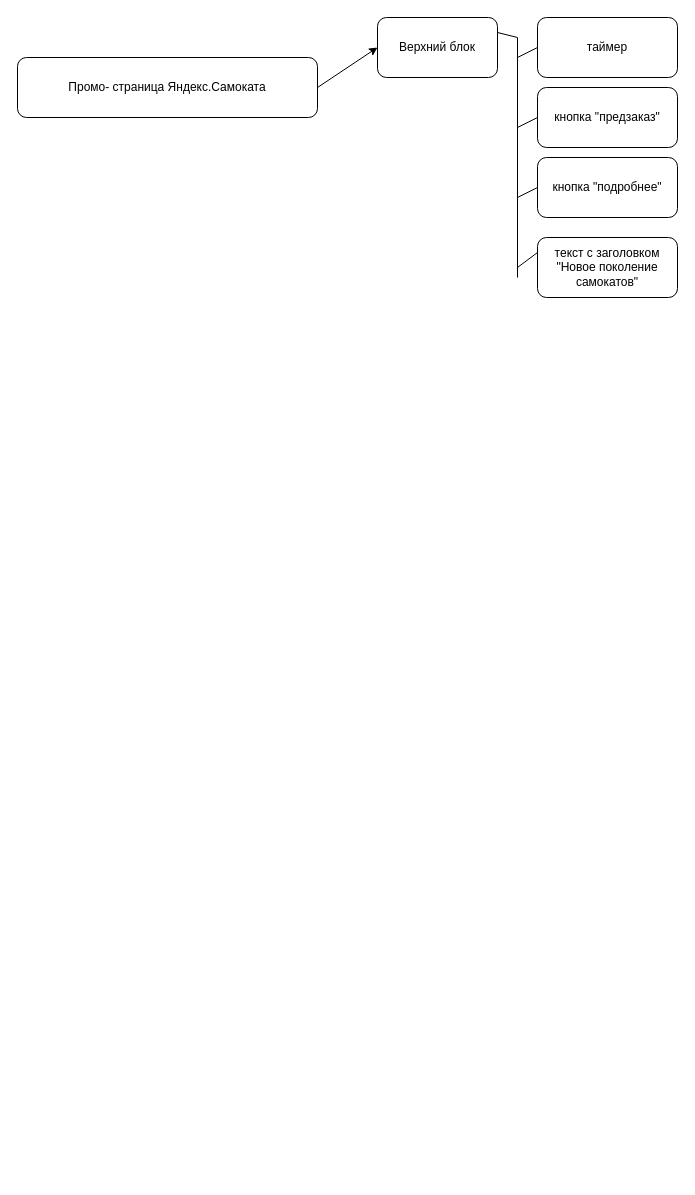
This is Диаграмма без названия.drawio from RuslanNiyazov/1, a draw.io file, before an edit. Source tidied: cells renumbered, new cells numbered last; positions are measured from the earlier drawing's top-left corner, leaving out a move shared by most shapes. Both pictures are drawn from the tidied source at 100%, with x=0, y=0 at pixel (17, 17).
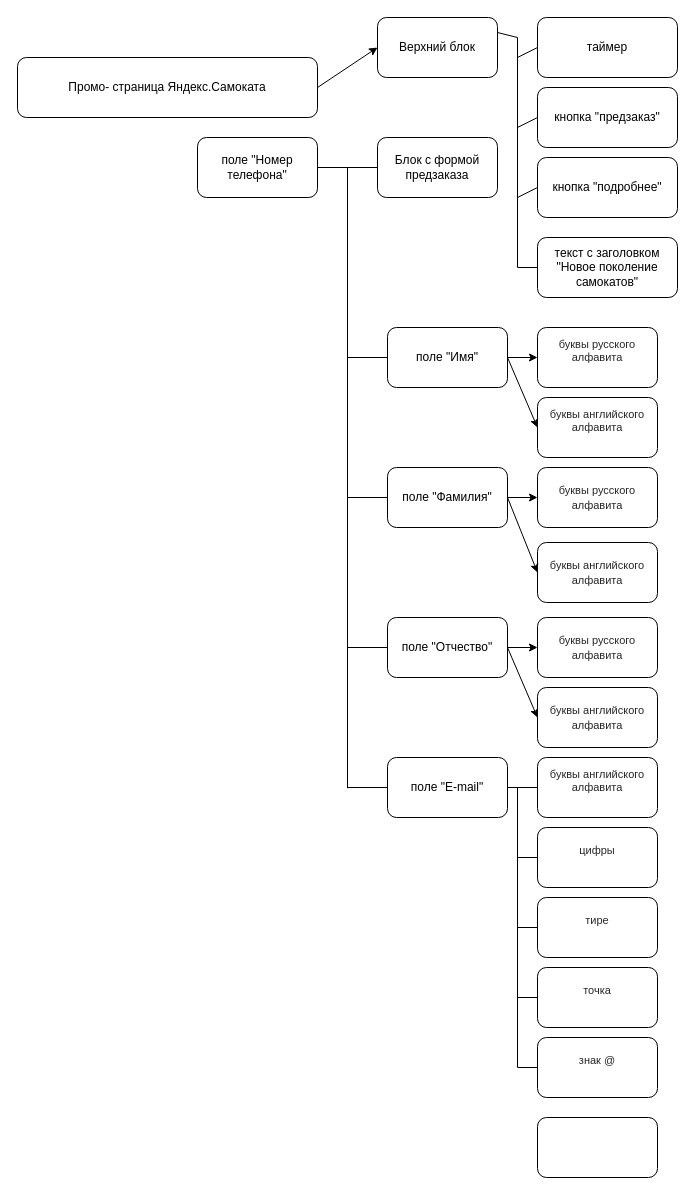
After the change.

Unchanged cells that the change refers to:
```xml
<mxCell id="8" value="текст с заголовком &quot;Новое поколение самокатов&quot;" style="rounded=1;whiteSpace=wrap;html=1;" parent="1" vertex="1">
  <mxGeometry x="520" y="220" width="140" height="60" as="geometry" />
</mxCell>
```

What changed in the source:
```diff
@@
     <mxCell id="9" style="endArrow=none;html=1;rounded=0;" parent="1" edge="1">
       <mxGeometry relative="1" as="geometry">
-        <mxPoint x="500" y="260" as="sourcePoint" />
+        <mxPoint x="500" y="250" as="sourcePoint" />
         <mxPoint x="500" y="20" as="targetPoint" />
       </mxGeometry>
     </mxCell>
@@
-    <mxCell id="14" style="endArrow=none;html=1;rounded=0;entryX=0;entryY=0.25;entryDx=0;entryDy=0;" parent="1" edge="1" target="8">
+    <mxCell id="14" style="endArrow=none;html=1;rounded=0;entryX=0;entryY=0.5;entryDx=0;entryDy=0;" parent="1" edge="1" target="8">
       <mxGeometry relative="1" as="geometry">
         <mxPoint x="500" y="250" as="sourcePoint" />
       </mxGeometry>
     </mxCell>
+    <mxCell id="15" value="&#10;&lt;span style=&quot;color: rgba(0, 0, 0, 0.85); font-family: &amp;quot;YS Text&amp;quot;, Arial, Helvetica, sans-serif; font-size: 11px; font-style: normal; font-variant-ligatures: normal; font-variant-caps: normal; font-weight: 400; letter-spacing: normal; orphans: 2; text-align: left; text-indent: 0px; text-transform: none; widows: 2; word-spacing: 0px; -webkit-text-stroke-width: 0px; background-color: rgb(255, 255, 255); text-decoration-thickness: initial; text-decoration-style: initial; text-decoration-color: initial; float: none; display: inline !important;&quot;&gt;буквы русского алфавита&lt;/span&gt;&#10;&#10;" style="rounded=1;whiteSpace=wrap;html=1;fontSize=11;" parent="1" vertex="1">
+      <mxGeometry x="520" y="310" width="120" height="60" as="geometry" />
+    </mxCell>
+    <mxCell id="16" value="&#10;&lt;span style=&quot;color: rgba(0, 0, 0, 0.85); font-family: &amp;quot;YS Text&amp;quot;, Arial, Helvetica, sans-serif; font-size: 11px; font-style: normal; font-variant-ligatures: normal; font-variant-caps: normal; font-weight: 400; letter-spacing: normal; orphans: 2; text-align: left; text-indent: 0px; text-transform: none; widows: 2; word-spacing: 0px; -webkit-text-stroke-width: 0px; background-color: rgb(255, 255, 255); text-decoration-thickness: initial; text-decoration-style: initial; text-decoration-color: initial; float: none; display: inline !important;&quot;&gt;буквы английского алфавита&lt;/span&gt;&#10;&#10;" style="rounded=1;whiteSpace=wrap;html=1;fontSize=11;" parent="1" vertex="1">
+      <mxGeometry x="520" y="380" width="120" height="60" as="geometry" />
+    </mxCell>
+    <mxCell id="17" value="&#10;&lt;br style=&quot;border-color: var(--border-color); color: rgb(0, 0, 0); font-family: Helvetica; font-size: 11px; font-style: normal; font-variant-ligatures: normal; font-variant-caps: normal; font-weight: 400; letter-spacing: normal; orphans: 2; text-align: center; text-indent: 0px; text-transform: none; widows: 2; word-spacing: 0px; -webkit-text-stroke-width: 0px; background-color: rgb(251, 251, 251); text-decoration-thickness: initial; text-decoration-style: initial; text-decoration-color: initial;&quot;&gt;&lt;span style=&quot;border-color: var(--border-color); font-size: 11px; font-style: normal; font-variant-ligatures: normal; font-variant-caps: normal; font-weight: 400; letter-spacing: normal; orphans: 2; text-indent: 0px; text-transform: none; widows: 2; word-spacing: 0px; -webkit-text-stroke-width: 0px; text-decoration-thickness: initial; text-decoration-style: initial; text-decoration-color: initial; color: rgba(0, 0, 0, 0.85); font-family: &amp;quot;YS Text&amp;quot;, Arial, Helvetica, sans-serif; text-align: left; background-color: rgb(255, 255, 255); float: none; display: inline !important;&quot;&gt;буквы русского алфавита&lt;/span&gt;&lt;br style=&quot;border-color: var(--border-color); color: rgb(0, 0, 0); font-family: Helvetica; font-size: 11px; font-style: normal; font-variant-ligatures: normal; font-variant-caps: normal; font-weight: 400; letter-spacing: normal; orphans: 2; text-align: center; text-indent: 0px; text-transform: none; widows: 2; word-spacing: 0px; -webkit-text-stroke-width: 0px; background-color: rgb(251, 251, 251); text-decoration-thickness: initial; text-decoration-style: initial; text-decoration-color: initial;&quot;&gt;&#10;&#10;" style="rounded=1;whiteSpace=wrap;html=1;" parent="1" vertex="1">
+      <mxGeometry x="520" y="450" width="120" height="60" as="geometry" />
+    </mxCell>
+    <mxCell id="18" value="&#10;&lt;br style=&quot;border-color: var(--border-color); color: rgb(0, 0, 0); font-family: Helvetica; font-size: 11px; font-style: normal; font-variant-ligatures: normal; font-variant-caps: normal; font-weight: 400; letter-spacing: normal; orphans: 2; text-align: center; text-indent: 0px; text-transform: none; widows: 2; word-spacing: 0px; -webkit-text-stroke-width: 0px; background-color: rgb(251, 251, 251); text-decoration-thickness: initial; text-decoration-style: initial; text-decoration-color: initial;&quot;&gt;&lt;span style=&quot;border-color: var(--border-color); font-size: 11px; font-style: normal; font-variant-ligatures: normal; font-variant-caps: normal; font-weight: 400; letter-spacing: normal; orphans: 2; text-indent: 0px; text-transform: none; widows: 2; word-spacing: 0px; -webkit-text-stroke-width: 0px; text-decoration-thickness: initial; text-decoration-style: initial; text-decoration-color: initial; color: rgba(0, 0, 0, 0.85); font-family: &amp;quot;YS Text&amp;quot;, Arial, Helvetica, sans-serif; text-align: left; background-color: rgb(255, 255, 255); float: none; display: inline !important;&quot;&gt;буквы английского алфавита&lt;/span&gt;&lt;br style=&quot;border-color: var(--border-color); color: rgb(0, 0, 0); font-family: Helvetica; font-size: 11px; font-style: normal; font-variant-ligatures: normal; font-variant-caps: normal; font-weight: 400; letter-spacing: normal; orphans: 2; text-align: center; text-indent: 0px; text-transform: none; widows: 2; word-spacing: 0px; -webkit-text-stroke-width: 0px; background-color: rgb(251, 251, 251); text-decoration-thickness: initial; text-decoration-style: initial; text-decoration-color: initial;&quot;&gt;&#10;&#10;" style="rounded=1;whiteSpace=wrap;html=1;" parent="1" vertex="1">
+      <mxGeometry x="520" y="525" width="120" height="60" as="geometry" />
+    </mxCell>
+    <mxCell id="19" value="&#10;&lt;br style=&quot;border-color: var(--border-color); color: rgb(0, 0, 0); font-family: Helvetica; font-size: 12px; font-style: normal; font-variant-ligatures: normal; font-variant-caps: normal; font-weight: 400; letter-spacing: normal; orphans: 2; text-align: center; text-indent: 0px; text-transform: none; widows: 2; word-spacing: 0px; -webkit-text-stroke-width: 0px; background-color: rgb(251, 251, 251); text-decoration-thickness: initial; text-decoration-style: initial; text-decoration-color: initial;&quot;&gt;&lt;br style=&quot;border-color: var(--border-color); color: rgb(0, 0, 0); font-family: Helvetica; font-style: normal; font-variant-ligatures: normal; font-variant-caps: normal; font-weight: 400; letter-spacing: normal; orphans: 2; text-align: center; text-indent: 0px; text-transform: none; widows: 2; word-spacing: 0px; -webkit-text-stroke-width: 0px; text-decoration-thickness: initial; text-decoration-style: initial; text-decoration-color: initial; font-size: 11px; background-color: rgb(251, 251, 251);&quot;&gt;&lt;span style=&quot;border-color: var(--border-color); font-style: normal; font-variant-ligatures: normal; font-variant-caps: normal; font-weight: 400; letter-spacing: normal; orphans: 2; text-indent: 0px; text-transform: none; widows: 2; word-spacing: 0px; -webkit-text-stroke-width: 0px; text-decoration-thickness: initial; text-decoration-style: initial; text-decoration-color: initial; font-size: 11px; color: rgba(0, 0, 0, 0.85); font-family: &amp;quot;YS Text&amp;quot;, Arial, Helvetica, sans-serif; text-align: left; background-color: rgb(255, 255, 255); float: none; display: inline !important;&quot;&gt;буквы русского алфавита&lt;/span&gt;&lt;br style=&quot;border-color: var(--border-color); color: rgb(0, 0, 0); font-family: Helvetica; font-style: normal; font-variant-ligatures: normal; font-variant-caps: normal; font-weight: 400; letter-spacing: normal; orphans: 2; text-align: center; text-indent: 0px; text-transform: none; widows: 2; word-spacing: 0px; -webkit-text-stroke-width: 0px; text-decoration-thickness: initial; text-decoration-style: initial; text-decoration-color: initial; font-size: 11px; background-color: rgb(251, 251, 251);&quot;&gt;&lt;br style=&quot;border-color: var(--border-color); color: rgb(0, 0, 0); font-family: Helvetica; font-size: 12px; font-style: normal; font-variant-ligatures: normal; font-variant-caps: normal; font-weight: 400; letter-spacing: normal; orphans: 2; text-align: center; text-indent: 0px; text-transform: none; widows: 2; word-spacing: 0px; -webkit-text-stroke-width: 0px; background-color: rgb(251, 251, 251); text-decoration-thickness: initial; text-decoration-style: initial; text-decoration-color: initial;&quot;&gt;&#10;&#10;" style="rounded=1;whiteSpace=wrap;html=1;" parent="1" vertex="1">
+      <mxGeometry x="520" y="600" width="120" height="60" as="geometry" />
+    </mxCell>
+    <mxCell id="20" value="&#10;&lt;br style=&quot;border-color: var(--border-color); color: rgb(0, 0, 0); font-family: Helvetica; font-size: 12px; font-style: normal; font-variant-ligatures: normal; font-variant-caps: normal; font-weight: 400; letter-spacing: normal; orphans: 2; text-align: center; text-indent: 0px; text-transform: none; widows: 2; word-spacing: 0px; -webkit-text-stroke-width: 0px; background-color: rgb(251, 251, 251); text-decoration-thickness: initial; text-decoration-style: initial; text-decoration-color: initial;&quot;&gt;&lt;br style=&quot;border-color: var(--border-color); color: rgb(0, 0, 0); font-family: Helvetica; font-style: normal; font-variant-ligatures: normal; font-variant-caps: normal; font-weight: 400; letter-spacing: normal; orphans: 2; text-align: center; text-indent: 0px; text-transform: none; widows: 2; word-spacing: 0px; -webkit-text-stroke-width: 0px; text-decoration-thickness: initial; text-decoration-style: initial; text-decoration-color: initial; font-size: 11px; background-color: rgb(251, 251, 251);&quot;&gt;&lt;span style=&quot;border-color: var(--border-color); font-style: normal; font-variant-ligatures: normal; font-variant-caps: normal; font-weight: 400; letter-spacing: normal; orphans: 2; text-indent: 0px; text-transform: none; widows: 2; word-spacing: 0px; -webkit-text-stroke-width: 0px; text-decoration-thickness: initial; text-decoration-style: initial; text-decoration-color: initial; font-size: 11px; color: rgba(0, 0, 0, 0.85); font-family: &amp;quot;YS Text&amp;quot;, Arial, Helvetica, sans-serif; text-align: left; background-color: rgb(255, 255, 255); float: none; display: inline !important;&quot;&gt;буквы английского алфавита&lt;/span&gt;&lt;br style=&quot;border-color: var(--border-color); color: rgb(0, 0, 0); font-family: Helvetica; font-style: normal; font-variant-ligatures: normal; font-variant-caps: normal; font-weight: 400; letter-spacing: normal; orphans: 2; text-align: center; text-indent: 0px; text-transform: none; widows: 2; word-spacing: 0px; -webkit-text-stroke-width: 0px; text-decoration-thickness: initial; text-decoration-style: initial; text-decoration-color: initial; font-size: 11px; background-color: rgb(251, 251, 251);&quot;&gt;&lt;br style=&quot;border-color: var(--border-color); color: rgb(0, 0, 0); font-family: Helvetica; font-size: 12px; font-style: normal; font-variant-ligatures: normal; font-variant-caps: normal; font-weight: 400; letter-spacing: normal; orphans: 2; text-align: center; text-indent: 0px; text-transform: none; widows: 2; word-spacing: 0px; -webkit-text-stroke-width: 0px; background-color: rgb(251, 251, 251); text-decoration-thickness: initial; text-decoration-style: initial; text-decoration-color: initial;&quot;&gt;&#10;&#10;" style="rounded=1;whiteSpace=wrap;html=1;" parent="1" vertex="1">
+      <mxGeometry x="520" y="670" width="120" height="60" as="geometry" />
+    </mxCell>
+    <mxCell id="21" value="поле &quot;Имя&quot;" style="rounded=1;whiteSpace=wrap;html=1;" parent="1" vertex="1">
+      <mxGeometry x="370" y="310" width="120" height="60" as="geometry" />
+    </mxCell>
+    <mxCell id="22" value="поле &quot;Фамилия&quot;" style="rounded=1;whiteSpace=wrap;html=1;" parent="1" vertex="1">
+      <mxGeometry x="370" y="450" width="120" height="60" as="geometry" />
+    </mxCell>
+    <mxCell id="23" value="поле &quot;Отчество&quot;" style="rounded=1;whiteSpace=wrap;html=1;" parent="1" vertex="1">
+      <mxGeometry x="370" y="600" width="120" height="60" as="geometry" />
+    </mxCell>
+    <mxCell id="24" style="endArrow=classic;html=1;rounded=0;entryX=0;entryY=0.5;entryDx=0;entryDy=0;exitX=1;exitY=0.5;exitDx=0;exitDy=0;" parent="1" edge="1" source="21" target="15">
+      <mxGeometry relative="1" as="geometry" />
+    </mxCell>
+    <mxCell id="25" style="endArrow=classic;html=1;rounded=0;entryX=0;entryY=0.5;entryDx=0;entryDy=0;exitX=1;exitY=0.5;exitDx=0;exitDy=0;" parent="1" edge="1" source="21" target="16">
+      <mxGeometry relative="1" as="geometry" />
+    </mxCell>
+    <mxCell id="26" style="endArrow=classic;html=1;rounded=0;entryX=0;entryY=0.5;entryDx=0;entryDy=0;exitX=1;exitY=0.5;exitDx=0;exitDy=0;" parent="1" edge="1" source="22" target="17">
+      <mxGeometry relative="1" as="geometry" />
+    </mxCell>
+    <mxCell id="27" style="endArrow=classic;html=1;rounded=0;entryX=0;entryY=0.5;entryDx=0;entryDy=0;exitX=1;exitY=0.5;exitDx=0;exitDy=0;" parent="1" edge="1" source="22" target="18">
+      <mxGeometry relative="1" as="geometry" />
+    </mxCell>
+    <mxCell id="28" style="endArrow=classic;html=1;rounded=0;entryX=0;entryY=0.5;entryDx=0;entryDy=0;exitX=1;exitY=0.5;exitDx=0;exitDy=0;" parent="1" edge="1" source="23" target="19">
+      <mxGeometry relative="1" as="geometry" />
+    </mxCell>
+    <mxCell id="29" style="endArrow=classic;html=1;rounded=0;entryX=0;entryY=0.5;entryDx=0;entryDy=0;exitX=1;exitY=0.5;exitDx=0;exitDy=0;" parent="1" edge="1" source="23" target="20">
+      <mxGeometry relative="1" as="geometry" />
+    </mxCell>
+    <mxCell id="30" value="Блок с формой предзаказа&lt;br&gt;" style="rounded=1;whiteSpace=wrap;html=1;" parent="1" vertex="1">
+      <mxGeometry x="360" y="120" width="120" height="60" as="geometry" />
+    </mxCell>
+    <mxCell id="31" value="&#10;&lt;span style=&quot;color: rgba(0, 0, 0, 0.85); font-family: &amp;quot;YS Text&amp;quot;, Arial, Helvetica, sans-serif; font-size: 11px; font-style: normal; font-variant-ligatures: normal; font-variant-caps: normal; font-weight: 400; letter-spacing: normal; orphans: 2; text-align: left; text-indent: 0px; text-transform: none; widows: 2; word-spacing: 0px; -webkit-text-stroke-width: 0px; background-color: rgb(255, 255, 255); text-decoration-thickness: initial; text-decoration-style: initial; text-decoration-color: initial; float: none; display: inline !important;&quot;&gt;буквы английского алфавита&lt;/span&gt;&#10;&#10;" style="rounded=1;whiteSpace=wrap;html=1;fontSize=11;" parent="1" vertex="1">
+      <mxGeometry x="520" y="740" width="120" height="60" as="geometry" />
+    </mxCell>
+    <mxCell id="32" value="&#10;&lt;span style=&quot;color: rgba(0, 0, 0, 0.85); font-family: &amp;quot;YS Text&amp;quot;, Arial, Helvetica, sans-serif; font-size: 11px; font-style: normal; font-variant-ligatures: normal; font-variant-caps: normal; font-weight: 400; letter-spacing: normal; orphans: 2; text-align: left; text-indent: 0px; text-transform: none; widows: 2; word-spacing: 0px; -webkit-text-stroke-width: 0px; background-color: rgb(255, 255, 255); text-decoration-thickness: initial; text-decoration-style: initial; text-decoration-color: initial; float: none; display: inline !important;&quot;&gt;цифры&lt;/span&gt;&#10;&#10;" style="rounded=1;whiteSpace=wrap;html=1;fontSize=11;" parent="1" vertex="1">
+      <mxGeometry x="520" y="810" width="120" height="60" as="geometry" />
+    </mxCell>
+    <mxCell id="33" value="&#10;&lt;span style=&quot;color: rgba(0, 0, 0, 0.85); font-family: &amp;quot;YS Text&amp;quot;, Arial, Helvetica, sans-serif; font-size: 11px; font-style: normal; font-variant-ligatures: normal; font-variant-caps: normal; font-weight: 400; letter-spacing: normal; orphans: 2; text-align: left; text-indent: 0px; text-transform: none; widows: 2; word-spacing: 0px; -webkit-text-stroke-width: 0px; background-color: rgb(255, 255, 255); text-decoration-thickness: initial; text-decoration-style: initial; text-decoration-color: initial; float: none; display: inline !important;&quot;&gt;тире&lt;/span&gt;&#10;&#10;" style="rounded=1;whiteSpace=wrap;html=1;fontSize=11;" parent="1" vertex="1">
+      <mxGeometry x="520" y="880" width="120" height="60" as="geometry" />
+    </mxCell>
+    <mxCell id="34" value="&#10;&lt;span style=&quot;color: rgba(0, 0, 0, 0.85); font-family: &amp;quot;YS Text&amp;quot;, Arial, Helvetica, sans-serif; font-size: 11px; font-style: normal; font-variant-ligatures: normal; font-variant-caps: normal; font-weight: 400; letter-spacing: normal; orphans: 2; text-align: left; text-indent: 0px; text-transform: none; widows: 2; word-spacing: 0px; -webkit-text-stroke-width: 0px; background-color: rgb(255, 255, 255); text-decoration-thickness: initial; text-decoration-style: initial; text-decoration-color: initial; float: none; display: inline !important;&quot;&gt;точка&lt;/span&gt;&#10;&#10;" style="rounded=1;whiteSpace=wrap;html=1;fontSize=11;" parent="1" vertex="1">
+      <mxGeometry x="520" y="950" width="120" height="60" as="geometry" />
+    </mxCell>
+    <mxCell id="35" value="&#10;&lt;span style=&quot;color: rgba(0, 0, 0, 0.85); font-family: &amp;quot;YS Text&amp;quot;, Arial, Helvetica, sans-serif; font-size: 11px; font-style: normal; font-variant-ligatures: normal; font-variant-caps: normal; font-weight: 400; letter-spacing: normal; orphans: 2; text-align: left; text-indent: 0px; text-transform: none; widows: 2; word-spacing: 0px; -webkit-text-stroke-width: 0px; background-color: rgb(255, 255, 255); text-decoration-thickness: initial; text-decoration-style: initial; text-decoration-color: initial; float: none; display: inline !important;&quot;&gt;знак @&lt;/span&gt;&#10;&#10;" style="rounded=1;whiteSpace=wrap;html=1;fontSize=11;" parent="1" vertex="1">
+      <mxGeometry x="520" y="1020" width="120" height="60" as="geometry" />
+    </mxCell>
+    <mxCell id="36" style="rounded=1;whiteSpace=wrap;html=1;" parent="1" vertex="1">
+      <mxGeometry x="520" y="1100" width="120" height="60" as="geometry" />
+    </mxCell>
+    <mxCell id="37" value="поле &quot;E-mail&quot;" style="rounded=1;whiteSpace=wrap;html=1;" parent="1" vertex="1">
+      <mxGeometry x="370" y="740" width="120" height="60" as="geometry" />
+    </mxCell>
+    <mxCell id="38" style="endArrow=none;html=1;rounded=0;entryX=1;entryY=0.5;entryDx=0;entryDy=0;exitX=0;exitY=0.5;exitDx=0;exitDy=0;" parent="1" edge="1" source="31" target="37">
+      <mxGeometry relative="1" as="geometry" />
+    </mxCell>
+    <mxCell id="39" style="endArrow=none;html=1;rounded=0;" parent="1" edge="1">
+      <mxGeometry relative="1" as="geometry">
+        <mxPoint x="500" y="1050" as="sourcePoint" />
+        <mxPoint x="500" y="770" as="targetPoint" />
+      </mxGeometry>
+    </mxCell>
+    <mxCell id="40" style="endArrow=none;html=1;rounded=0;entryX=0;entryY=0.5;entryDx=0;entryDy=0;" parent="1" edge="1" target="35">
+      <mxGeometry relative="1" as="geometry">
+        <mxPoint x="500" y="1050" as="sourcePoint" />
+      </mxGeometry>
+    </mxCell>
+    <mxCell id="41" style="endArrow=none;html=1;rounded=0;entryX=0;entryY=0.5;entryDx=0;entryDy=0;" parent="1" edge="1" target="33">
+      <mxGeometry relative="1" as="geometry">
+        <mxPoint x="500" y="910" as="sourcePoint" />
+      </mxGeometry>
+    </mxCell>
+    <mxCell id="42" style="endArrow=none;html=1;rounded=0;entryX=0;entryY=0.5;entryDx=0;entryDy=0;" parent="1" edge="1" target="32">
+      <mxGeometry relative="1" as="geometry">
+        <mxPoint x="500" y="840" as="sourcePoint" />
+      </mxGeometry>
+    </mxCell>
+    <mxCell id="43" style="endArrow=none;html=1;rounded=0;entryX=0;entryY=0.5;entryDx=0;entryDy=0;" parent="1" edge="1" target="34">
+      <mxGeometry relative="1" as="geometry">
+        <mxPoint x="500" y="980" as="sourcePoint" />
+      </mxGeometry>
+    </mxCell>
+    <mxCell id="44" value="поле &quot;Номер телефона&quot;" style="rounded=1;whiteSpace=wrap;html=1;" parent="1" vertex="1">
+      <mxGeometry x="180" y="120" width="120" height="60" as="geometry" />
+    </mxCell>
+    <mxCell id="45" style="endArrow=none;html=1;rounded=0;entryX=0;entryY=0.5;entryDx=0;entryDy=0;exitX=1;exitY=0.5;exitDx=0;exitDy=0;" parent="1" edge="1" source="44" target="30">
+      <mxGeometry relative="1" as="geometry" />
+    </mxCell>
+    <mxCell id="46" style="endArrow=none;html=1;rounded=0;" parent="1" edge="1">
+      <mxGeometry relative="1" as="geometry">
+        <mxPoint x="330" y="770.7" as="sourcePoint" />
+        <mxPoint x="330" y="150" as="targetPoint" />
+      </mxGeometry>
+    </mxCell>
+    <mxCell id="47" style="endArrow=none;html=1;rounded=0;entryX=0;entryY=0.5;entryDx=0;entryDy=0;" parent="1" edge="1" target="37">
+      <mxGeometry relative="1" as="geometry">
+        <mxPoint x="330" y="770" as="sourcePoint" />
+      </mxGeometry>
+    </mxCell>
+    <mxCell id="48" style="endArrow=none;html=1;rounded=0;entryX=0;entryY=0.5;entryDx=0;entryDy=0;" parent="1" edge="1" target="21">
+      <mxGeometry relative="1" as="geometry">
+        <mxPoint x="330" y="340" as="sourcePoint" />
+      </mxGeometry>
+    </mxCell>
+    <mxCell id="49" style="endArrow=none;html=1;rounded=0;entryX=0;entryY=0.5;entryDx=0;entryDy=0;" parent="1" edge="1" target="22">
+      <mxGeometry relative="1" as="geometry">
+        <mxPoint x="330" y="480" as="sourcePoint" />
+      </mxGeometry>
+    </mxCell>
+    <mxCell id="50" style="endArrow=none;html=1;rounded=0;entryX=0;entryY=0.5;entryDx=0;entryDy=0;" parent="1" edge="1" target="23">
+      <mxGeometry relative="1" as="geometry">
+        <mxPoint x="330" y="630" as="sourcePoint" />
+      </mxGeometry>
+    </mxCell>
```
